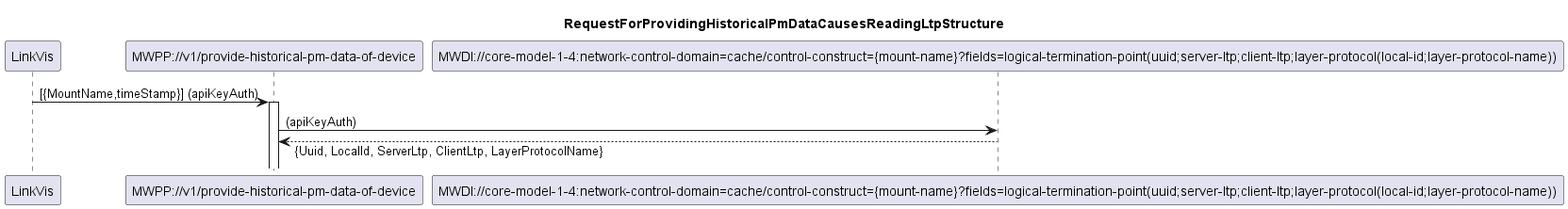
The PlantUML diagram spec/diagrams/000_ReadingLtpStructure.png in openBackhaul/MicroWavePerformanceProxy, before a commit.
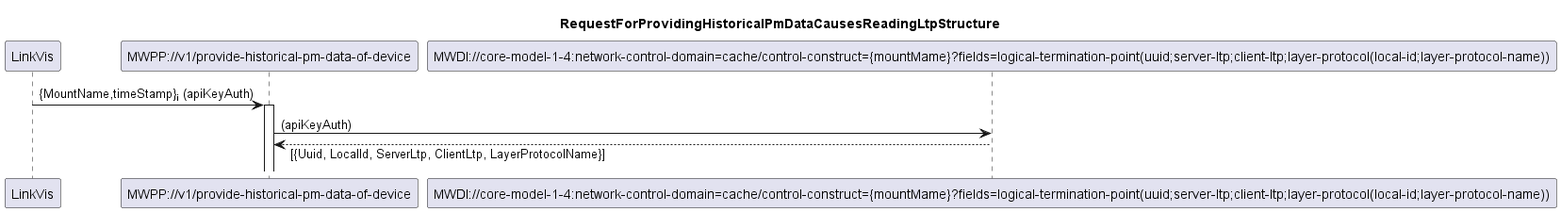
After the change.

The edit, as a diff of the source:
```diff
@@ -7,11 +7,11 @@
 
 participant "LinkVis" as LinkVis
 participant "MWPP://v1/provide-historical-pm-data-of-device" as MWPP
-participant "MWDI://core-model-1-4:network-control-domain=cache/control-construct={mount-name}?fields=logical-termination-point(uuid;server-ltp;client-ltp;layer-protocol(local-id;layer-protocol-name))" as ReadingLtpStructure
+participant "MWDI://core-model-1-4:network-control-domain=cache/control-construct={mountMame}?fields=logical-termination-point(uuid;server-ltp;client-ltp;layer-protocol(local-id;layer-protocol-name))" as ReadingLtpStructure
 
-LinkVis -> MWPP: [{MountName,timeStamp}] (apiKeyAuth)
+LinkVis -> MWPP: {MountName,timeStamp}<sub>i</sub> (apiKeyAuth)
 activate MWPP
 MWPP -> ReadingLtpStructure: (apiKeyAuth)
-ReadingLtpStructure --> MWPP: {Uuid, LocalId, ServerLtp, ClientLtp, LayerProtocolName}
+ReadingLtpStructure --> MWPP: [{Uuid, LocalId, ServerLtp, ClientLtp, LayerProtocolName}]
 
 @enduml
```
